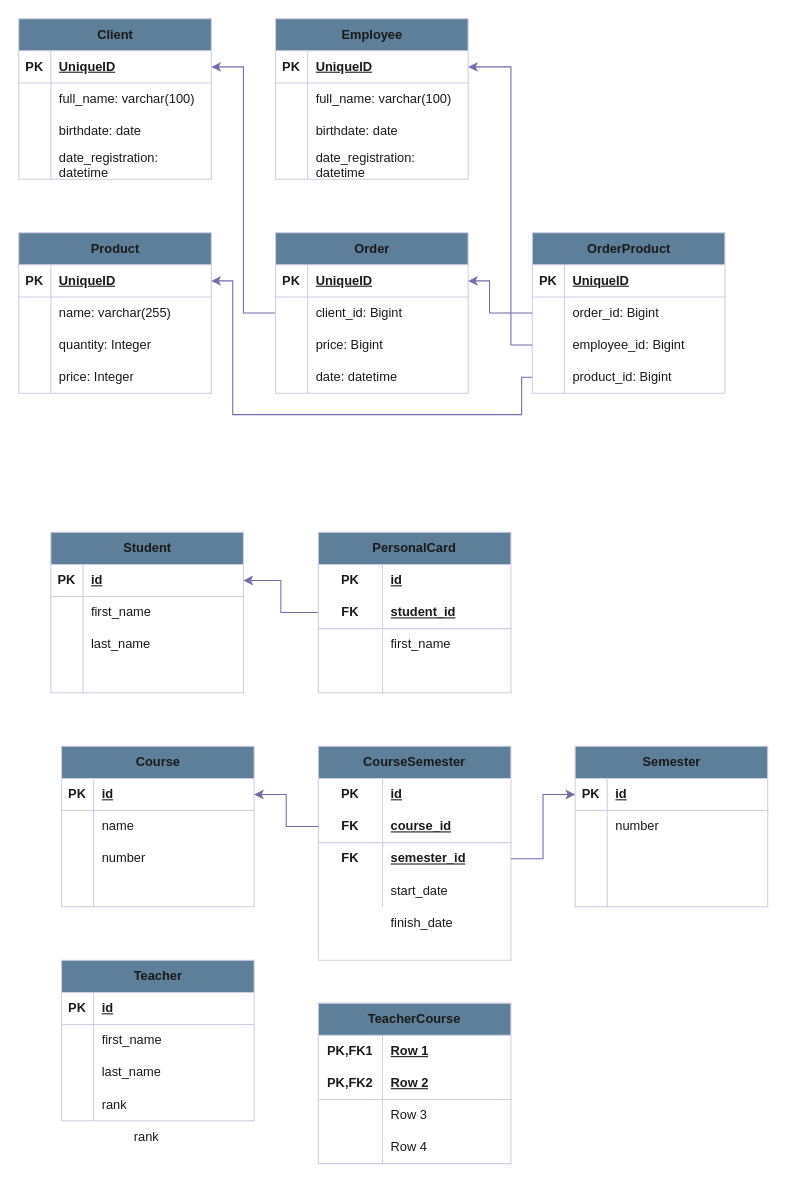
Above: page "Страница — 3" (3 of 4) of Диаграмма без названия.drawio in KmvRoman/Diagrams (draw.io), before the change. Source tidied: cells renumbered, new cells numbered last; positions are measured from the earlier drawing's top-left corner, leaving out a move shared by most shapes. Both pictures are drawn from the tidied source at 107%, with x=0, y=0 at pixel (18, 18).
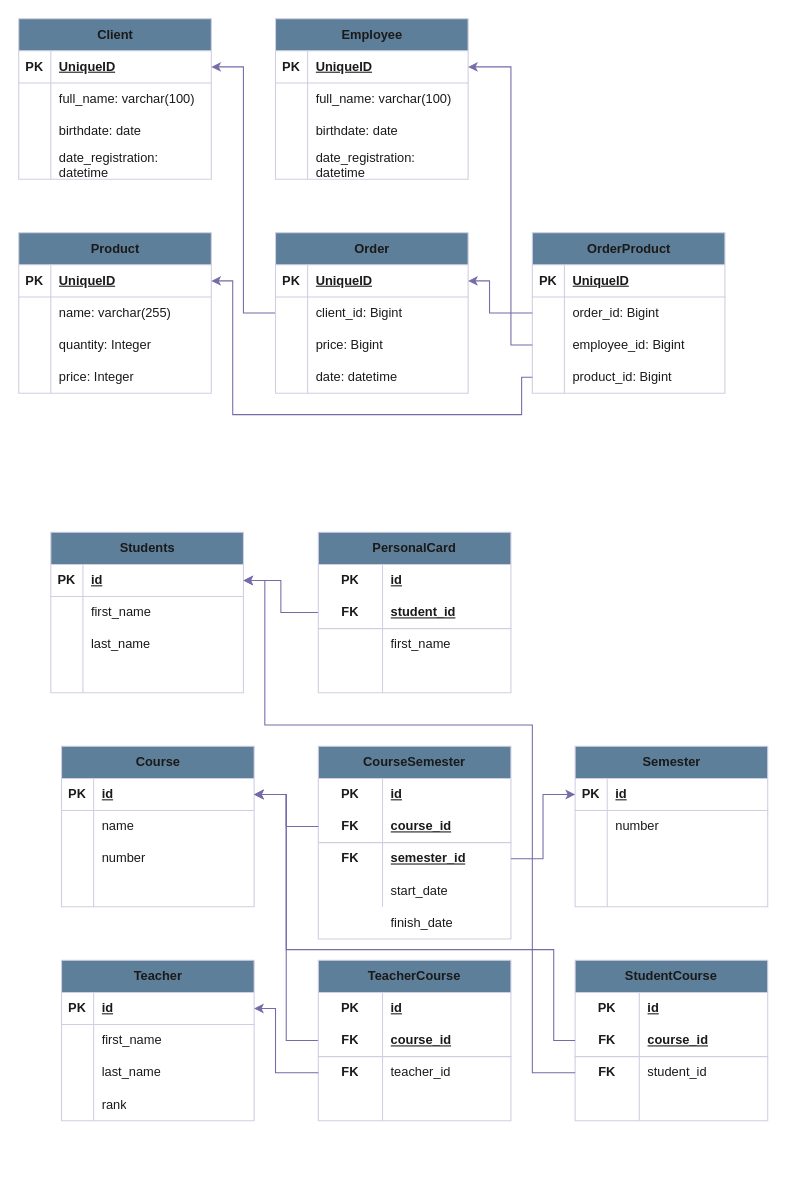
The same diagram, later.

The change refers to these unchanged cells:
```xml
<mxCell id="72" style="shape=tableRow;horizontal=0;startSize=0;swimlaneHead=0;swimlaneBody=0;fillColor=none;points=[[0,0.5],[1,0.5]];portConstraint=eastwest;top=0;left=0;right=0;bottom=1;labelBackgroundColor=none;strokeColor=#D0CEE2;fontColor=#1A1A1A;" parent="71" vertex="1">
  <mxGeometry y="30" width="180" height="30" as="geometry" />
</mxCell>
<mxCell id="99" style="shape=tableRow;horizontal=0;startSize=0;swimlaneHead=0;swimlaneBody=0;fillColor=none;points=[[0,0.5],[1,0.5]];portConstraint=eastwest;top=0;left=0;right=0;bottom=1;strokeColor=#D0CEE2;fontColor=#1A1A1A;" parent="98" vertex="1">
  <mxGeometry y="30" width="180" height="30" as="geometry" />
</mxCell>
<mxCell id="143" style="shape=tableRow;horizontal=0;startSize=0;swimlaneHead=0;swimlaneBody=0;fillColor=none;points=[[0,0.5],[1,0.5]];portConstraint=eastwest;top=0;left=0;right=0;bottom=1;strokeColor=#D0CEE2;fontColor=#1A1A1A;" parent="142" vertex="1">
  <mxGeometry y="30" width="180" height="30" as="geometry" />
</mxCell>
<mxCell id="156" style="shape=tableRow;horizontal=0;startSize=0;swimlaneHead=0;swimlaneBody=0;fillColor=none;top=0;left=0;right=0;bottom=0;html=1;strokeColor=#D0CEE2;fontColor=#1A1A1A;" parent="155" vertex="1">
  <mxGeometry y="30" width="180" height="30" as="geometry" />
</mxCell>
<mxCell id="159" style="shape=tableRow;horizontal=0;startSize=0;swimlaneHead=0;swimlaneBody=0;fillColor=none;top=0;left=0;right=0;bottom=1;html=1;strokeColor=#D0CEE2;fontColor=#1A1A1A;" parent="155" vertex="1">
  <mxGeometry y="60" width="180" height="30" as="geometry" />
</mxCell>
<mxCell id="162" style="shape=tableRow;horizontal=0;startSize=0;swimlaneHead=0;swimlaneBody=0;fillColor=none;points=[[0,0.5],[1,0.5]];portConstraint=eastwest;top=0;left=0;right=0;bottom=0;html=1;strokeColor=#D0CEE2;fontColor=#1A1A1A;" parent="155" vertex="1">
  <mxGeometry y="90" width="180" height="30" as="geometry" />
</mxCell>
<mxCell id="165" style="shape=tableRow;horizontal=0;startSize=0;swimlaneHead=0;swimlaneBody=0;fillColor=none;top=0;left=0;right=0;bottom=0;html=1;strokeColor=#D0CEE2;fontColor=#1A1A1A;" parent="155" vertex="1">
  <mxGeometry y="120" width="180" height="30" as="geometry" />
</mxCell>
```

Diff of the diagram source:
```diff
@@
-    <mxCell id="71" value="Student" style="shape=table;startSize=30;childLayout=tableLayout;rowLines=0;fontStyle=1;align=center;html=1;labelBackgroundColor=none;fillColor=#5D7F99;strokeColor=#D0CEE2;fontColor=#1A1A1A;" parent="1" vertex="1">
+    <mxCell id="71" value="Students" style="shape=table;startSize=30;childLayout=tableLayout;rowLines=0;fontStyle=1;align=center;html=1;labelBackgroundColor=none;fillColor=#5D7F99;strokeColor=#D0CEE2;fontColor=#1A1A1A;" parent="1" vertex="1">
       <mxGeometry x="30" y="480" width="180" height="150" as="geometry" />
     </mxCell>
@@
     <mxCell id="111" value="CourseSemester" style="shape=table;startSize=30;childLayout=tableLayout;rowLines=0;fontStyle=1;align=center;html=1;whiteSpace=wrap;strokeColor=#D0CEE2;fontColor=#1A1A1A;fillColor=#5D7F99;" parent="1" vertex="1">
-      <mxGeometry x="280" y="680" width="180" height="200" as="geometry" />
+      <mxGeometry x="280" y="680" width="180" height="180" as="geometry" />
     </mxCell>
@@
-    <mxCell id="141" value="rank" style="shape=partialRectangle;fillColor=none;top=0;left=0;bottom=0;right=0;align=left;spacingLeft=6;overflow=hidden;html=1;whiteSpace=wrap;strokeColor=#D0CEE2;fontColor=#1A1A1A;" parent="1" vertex="1">
-      <mxGeometry x="100" y="1030" width="120" height="30" as="geometry" />
-    </mxCell>
@@
+    <mxCell id="168" style="edgeStyle=orthogonalEdgeStyle;rounded=0;jettySize=auto;html=1;entryX=1;entryY=0.5;entryDx=0;entryDy=0;strokeColor=#736CA8;fontColor=#1A1A1A;" parent="1" edge="1" source="155" target="99">
+      <mxGeometry relative="1" as="geometry">
+        <Array as="points">
+          <mxPoint x="250" y="955" />
+          <mxPoint x="250" y="725" />
+        </Array>
+      </mxGeometry>
+    </mxCell>
     <mxCell id="155" value="TeacherCourse" style="shape=table;startSize=30;childLayout=tableLayout;rowLines=0;fontStyle=1;align=center;html=1;whiteSpace=wrap;strokeColor=#D0CEE2;fontColor=#1A1A1A;fillColor=#5D7F99;" parent="1" vertex="1">
-      <mxGeometry x="280" y="920" width="180" height="150" as="geometry" />
+      <mxGeometry x="280" y="880" width="180" height="150" as="geometry" />
     </mxCell>
@@
-    <mxCell id="157" value="PK,FK1" style="shape=partialRectangle;fillColor=none;top=0;left=0;bottom=0;right=0;fontStyle=1;overflow=hidden;html=1;whiteSpace=wrap;strokeColor=#D0CEE2;fontColor=#1A1A1A;" parent="156" vertex="1">
+    <mxCell id="157" value="PK" style="shape=partialRectangle;fillColor=none;top=0;left=0;bottom=0;right=0;fontStyle=1;overflow=hidden;html=1;whiteSpace=wrap;strokeColor=#D0CEE2;fontColor=#1A1A1A;" parent="156" vertex="1">
       <mxGeometry width="60" height="30" as="geometry" />
     </mxCell>
-    <mxCell id="158" value="Row 1" style="shape=partialRectangle;fillColor=none;top=0;left=0;bottom=0;right=0;align=left;spacingLeft=6;fontStyle=5;overflow=hidden;html=1;whiteSpace=wrap;strokeColor=#D0CEE2;fontColor=#1A1A1A;" parent="156" vertex="1">
+    <mxCell id="158" value="id" style="shape=partialRectangle;fillColor=none;top=0;left=0;bottom=0;right=0;align=left;spacingLeft=6;fontStyle=5;overflow=hidden;html=1;whiteSpace=wrap;strokeColor=#D0CEE2;fontColor=#1A1A1A;" parent="156" vertex="1">
       <mxGeometry x="60" width="120" height="30" as="geometry" />
     </mxCell>
@@
-    <mxCell id="160" value="PK,FK2" style="shape=partialRectangle;fillColor=none;top=0;left=0;bottom=0;right=0;fontStyle=1;overflow=hidden;html=1;whiteSpace=wrap;strokeColor=#D0CEE2;fontColor=#1A1A1A;" parent="159" vertex="1">
+    <mxCell id="160" value="FK" style="shape=partialRectangle;fillColor=none;top=0;left=0;bottom=0;right=0;fontStyle=1;overflow=hidden;html=1;whiteSpace=wrap;strokeColor=#D0CEE2;fontColor=#1A1A1A;" parent="159" vertex="1">
       <mxGeometry width="60" height="30" as="geometry" />
     </mxCell>
-    <mxCell id="161" value="Row 2" style="shape=partialRectangle;fillColor=none;top=0;left=0;bottom=0;right=0;align=left;spacingLeft=6;fontStyle=5;overflow=hidden;html=1;whiteSpace=wrap;strokeColor=#D0CEE2;fontColor=#1A1A1A;" parent="159" vertex="1">
+    <mxCell id="161" value="course_id" style="shape=partialRectangle;fillColor=none;top=0;left=0;bottom=0;right=0;align=left;spacingLeft=6;fontStyle=5;overflow=hidden;html=1;whiteSpace=wrap;strokeColor=#D0CEE2;fontColor=#1A1A1A;" parent="159" vertex="1">
       <mxGeometry x="60" width="120" height="30" as="geometry" />
     </mxCell>
@@
-    <mxCell id="164" value="Row 3" style="shape=partialRectangle;fillColor=none;top=0;left=0;bottom=0;right=0;align=left;spacingLeft=6;overflow=hidden;html=1;whiteSpace=wrap;strokeColor=#D0CEE2;fontColor=#1A1A1A;" parent="162" vertex="1">
+    <mxCell id="164" value="teacher_id" style="shape=partialRectangle;fillColor=none;top=0;left=0;bottom=0;right=0;align=left;spacingLeft=6;overflow=hidden;html=1;whiteSpace=wrap;strokeColor=#D0CEE2;fontColor=#1A1A1A;" parent="162" vertex="1">
       <mxGeometry x="60" width="120" height="30" as="geometry" />
     </mxCell>
@@
-    <mxCell id="167" value="Row 4" style="shape=partialRectangle;fillColor=none;top=0;left=0;bottom=0;right=0;align=left;spacingLeft=6;overflow=hidden;html=1;whiteSpace=wrap;strokeColor=#D0CEE2;fontColor=#1A1A1A;" parent="165" vertex="1">
+    <mxCell id="167" style="shape=partialRectangle;fillColor=none;top=0;left=0;bottom=0;right=0;align=left;spacingLeft=6;overflow=hidden;html=1;whiteSpace=wrap;strokeColor=#D0CEE2;fontColor=#1A1A1A;" parent="165" vertex="1">
       <mxGeometry x="60" width="120" height="30" as="geometry" />
     </mxCell>
+    <mxCell id="169" value="FK" style="shape=partialRectangle;fillColor=none;top=0;left=0;bottom=0;right=0;fontStyle=1;overflow=hidden;html=1;whiteSpace=wrap;strokeColor=#D0CEE2;fontColor=#1A1A1A;" parent="1" vertex="1">
+      <mxGeometry x="280" y="970" width="60" height="30" as="geometry" />
+    </mxCell>
+    <mxCell id="170" style="edgeStyle=orthogonalEdgeStyle;rounded=0;jettySize=auto;html=1;entryX=1;entryY=0.5;entryDx=0;entryDy=0;strokeColor=#736CA8;fontColor=#1A1A1A;" parent="1" edge="1" source="162" target="143">
+      <mxGeometry relative="1" as="geometry">
+        <Array as="points">
+          <mxPoint x="240" y="985" />
+          <mxPoint x="240" y="925" />
+        </Array>
+      </mxGeometry>
+    </mxCell>
+    <mxCell id="171" value="StudentCourse" style="shape=table;startSize=30;childLayout=tableLayout;rowLines=0;fontStyle=1;align=center;html=1;whiteSpace=wrap;strokeColor=#D0CEE2;fontColor=#1A1A1A;fillColor=#5D7F99;" parent="1" vertex="1">
+      <mxGeometry x="520" y="880" width="180" height="150" as="geometry" />
+    </mxCell>
+    <mxCell id="172" style="shape=tableRow;horizontal=0;startSize=0;swimlaneHead=0;swimlaneBody=0;fillColor=none;top=0;left=0;right=0;bottom=0;html=1;strokeColor=#D0CEE2;fontColor=#1A1A1A;" parent="171" vertex="1">
+      <mxGeometry y="30" width="180" height="30" as="geometry" />
+    </mxCell>
+    <mxCell id="173" value="PK" style="shape=partialRectangle;fillColor=none;top=0;left=0;bottom=0;right=0;fontStyle=1;overflow=hidden;html=1;whiteSpace=wrap;strokeColor=#D0CEE2;fontColor=#1A1A1A;" parent="172" vertex="1">
+      <mxGeometry width="60" height="30" as="geometry" />
+    </mxCell>
+    <mxCell id="174" value="id" style="shape=partialRectangle;fillColor=none;top=0;left=0;bottom=0;right=0;align=left;spacingLeft=6;fontStyle=5;overflow=hidden;html=1;whiteSpace=wrap;strokeColor=#D0CEE2;fontColor=#1A1A1A;" parent="172" vertex="1">
+      <mxGeometry x="60" width="120" height="30" as="geometry" />
+    </mxCell>
+    <mxCell id="175" style="shape=tableRow;horizontal=0;startSize=0;swimlaneHead=0;swimlaneBody=0;fillColor=none;points=[[0,0.5],[1,0.5]];portConstraint=eastwest;top=0;left=0;right=0;bottom=1;html=1;strokeColor=#D0CEE2;fontColor=#1A1A1A;" parent="171" vertex="1">
+      <mxGeometry y="60" width="180" height="30" as="geometry" />
+    </mxCell>
+    <mxCell id="176" value="FK" style="shape=partialRectangle;fillColor=none;top=0;left=0;bottom=0;right=0;fontStyle=1;overflow=hidden;html=1;whiteSpace=wrap;strokeColor=#D0CEE2;fontColor=#1A1A1A;" parent="175" vertex="1">
+      <mxGeometry width="60" height="30" as="geometry" />
+    </mxCell>
+    <mxCell id="177" value="course_id" style="shape=partialRectangle;fillColor=none;top=0;left=0;bottom=0;right=0;align=left;spacingLeft=6;fontStyle=5;overflow=hidden;html=1;whiteSpace=wrap;strokeColor=#D0CEE2;fontColor=#1A1A1A;" parent="175" vertex="1">
+      <mxGeometry x="60" width="120" height="30" as="geometry" />
+    </mxCell>
+    <mxCell id="178" style="shape=tableRow;horizontal=0;startSize=0;swimlaneHead=0;swimlaneBody=0;fillColor=none;points=[[0,0.5],[1,0.5]];portConstraint=eastwest;top=0;left=0;right=0;bottom=0;html=1;strokeColor=#D0CEE2;fontColor=#1A1A1A;" parent="171" vertex="1">
+      <mxGeometry y="90" width="180" height="30" as="geometry" />
+    </mxCell>
+    <mxCell id="179" style="shape=partialRectangle;fillColor=none;top=0;left=0;bottom=0;right=0;overflow=hidden;html=1;whiteSpace=wrap;strokeColor=#D0CEE2;fontColor=#1A1A1A;" parent="178" vertex="1">
+      <mxGeometry width="60" height="30" as="geometry" />
+    </mxCell>
+    <mxCell id="180" value="student_id" style="shape=partialRectangle;fillColor=none;top=0;left=0;bottom=0;right=0;align=left;spacingLeft=6;overflow=hidden;html=1;whiteSpace=wrap;strokeColor=#D0CEE2;fontColor=#1A1A1A;" parent="178" vertex="1">
+      <mxGeometry x="60" width="120" height="30" as="geometry" />
+    </mxCell>
+    <mxCell id="181" style="shape=tableRow;horizontal=0;startSize=0;swimlaneHead=0;swimlaneBody=0;fillColor=none;top=0;left=0;right=0;bottom=0;html=1;strokeColor=#D0CEE2;fontColor=#1A1A1A;" parent="171" vertex="1">
+      <mxGeometry y="120" width="180" height="30" as="geometry" />
+    </mxCell>
+    <mxCell id="182" style="shape=partialRectangle;fillColor=none;top=0;left=0;bottom=0;right=0;overflow=hidden;html=1;whiteSpace=wrap;strokeColor=#D0CEE2;fontColor=#1A1A1A;" parent="181" vertex="1">
+      <mxGeometry width="60" height="30" as="geometry" />
+    </mxCell>
+    <mxCell id="183" style="shape=partialRectangle;fillColor=none;top=0;left=0;bottom=0;right=0;align=left;spacingLeft=6;overflow=hidden;html=1;whiteSpace=wrap;strokeColor=#D0CEE2;fontColor=#1A1A1A;" parent="181" vertex="1">
+      <mxGeometry x="60" width="120" height="30" as="geometry" />
+    </mxCell>
+    <mxCell id="184" value="FK" style="shape=partialRectangle;fillColor=none;top=0;left=0;bottom=0;right=0;fontStyle=1;overflow=hidden;html=1;whiteSpace=wrap;strokeColor=#D0CEE2;fontColor=#1A1A1A;" parent="1" vertex="1">
+      <mxGeometry x="520" y="970" width="60" height="30" as="geometry" />
+    </mxCell>
+    <mxCell id="185" style="edgeStyle=orthogonalEdgeStyle;rounded=0;jettySize=auto;html=1;entryX=1;entryY=0.5;entryDx=0;entryDy=0;strokeColor=#736CA8;fontColor=#1A1A1A;" parent="1" edge="1" source="175" target="99">
+      <mxGeometry relative="1" as="geometry">
+        <Array as="points">
+          <mxPoint x="500" y="955" />
+          <mxPoint x="500" y="870" />
+          <mxPoint x="250" y="870" />
+          <mxPoint x="250" y="725" />
+        </Array>
+      </mxGeometry>
+    </mxCell>
+    <mxCell id="186" style="edgeStyle=orthogonalEdgeStyle;rounded=0;jettySize=auto;html=1;entryX=1;entryY=0.5;entryDx=0;entryDy=0;strokeColor=#736CA8;fontColor=#1A1A1A;" parent="1" edge="1" source="178" target="72">
+      <mxGeometry relative="1" as="geometry">
+        <Array as="points">
+          <mxPoint x="480" y="985" />
+          <mxPoint x="480" y="660" />
+          <mxPoint x="230" y="660" />
+          <mxPoint x="230" y="525" />
+        </Array>
+      </mxGeometry>
+    </mxCell>
```
